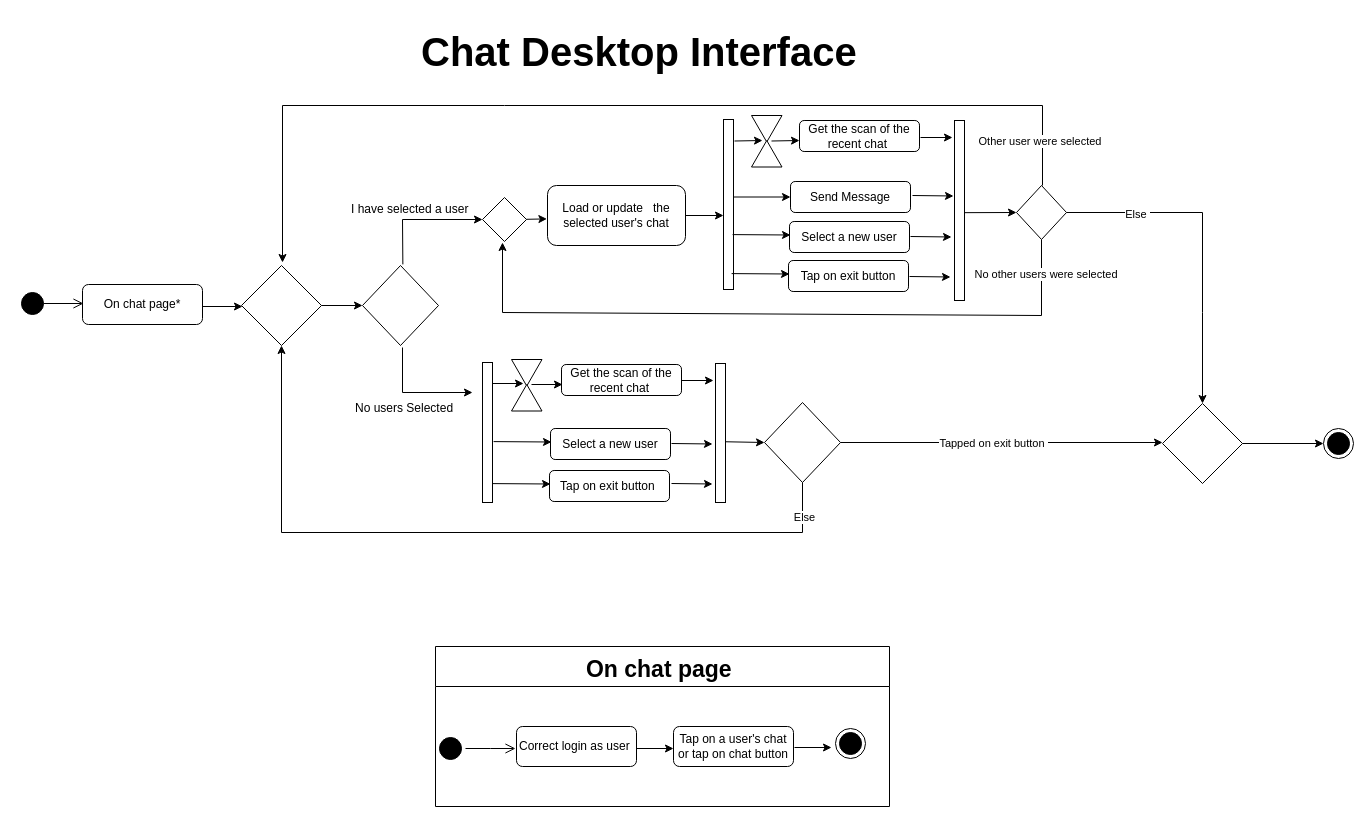
Above: Deliverables/Diagrams/ActivityDiagramFra.drawio in projectISPW/sonarCloudTest (draw.io), before the change. Source tidied: cells renumbered, new cells numbered last; positions are measured from the earlier drawing's top-left corner, leaving out a move shared by most shapes. Both pictures are drawn from the tidied source at 100%, with x=0, y=0 at pixel (17, 17).
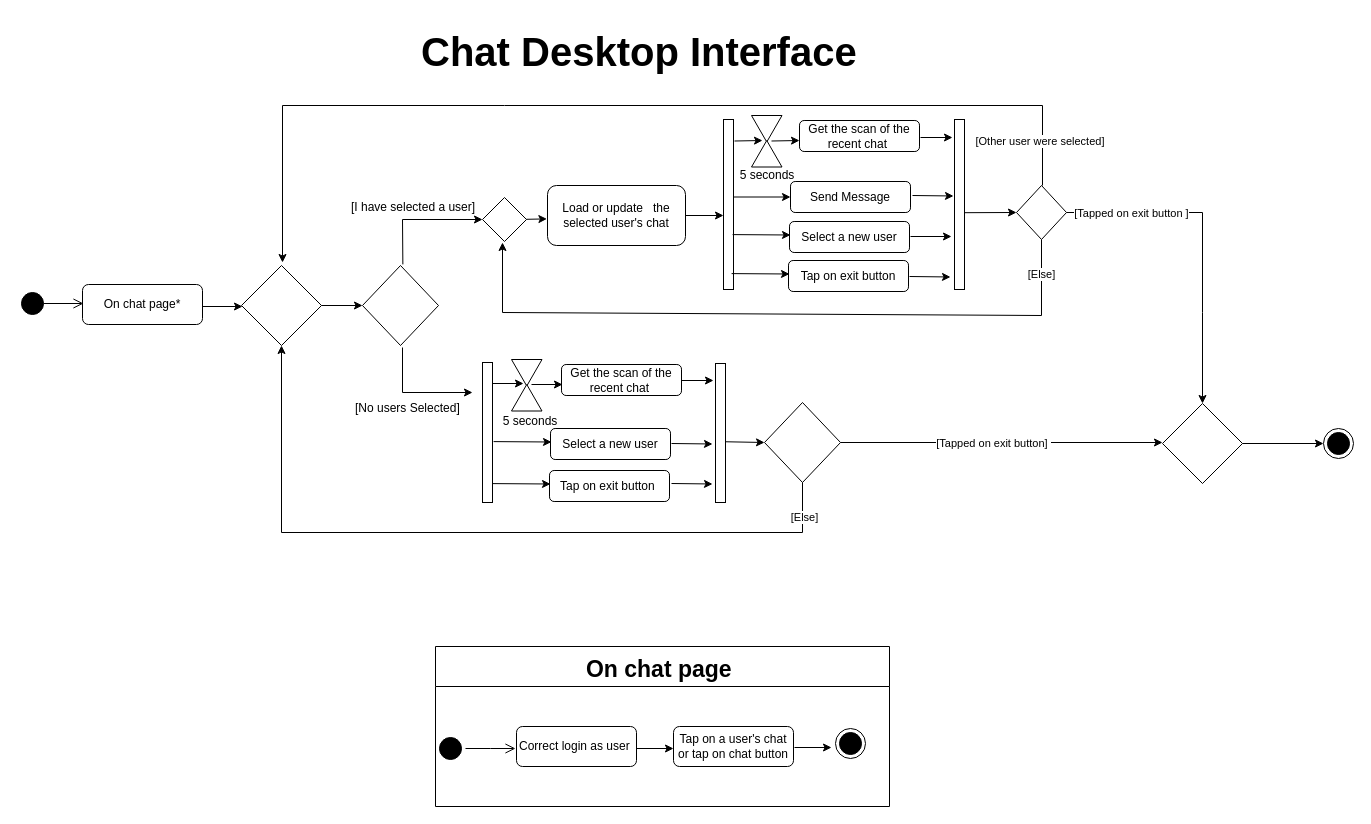
The same diagram, later.

Commit message (it also covers changes not shown here):
aggiornato activity diagram

The change refers to these unchanged cells:
```xml
<mxCell id="22" style="rhombus;whiteSpace=wrap;html=1;strokeColor=#000000;" parent="1" vertex="1">
  <mxGeometry x="999" y="168" width="50" height="54" as="geometry" />
</mxCell>
<mxCell id="23" style="endArrow=classic;html=1;rounded=0;strokeColor=#000000;entryX=0.5;entryY=0;entryDx=0;entryDy=0;" parent="1" edge="1" source="22" target="59">
  <mxGeometry relative="1" as="geometry">
    <Array as="points">
      <mxPoint x="1185" y="195" />
      <mxPoint x="1185" y="295" />
    </Array>
  </mxGeometry>
</mxCell>
<mxCell id="25" style="endArrow=classic;html=1;rounded=0;strokeColor=#000000;exitX=0.5;exitY=1;exitDx=0;exitDy=0;" parent="1" edge="1" source="22">
  <mxGeometry relative="1" as="geometry">
    <mxPoint x="485" y="225" as="targetPoint" />
    <Array as="points">
      <mxPoint x="1024" y="298" />
      <mxPoint x="485" y="295" />
    </Array>
  </mxGeometry>
</mxCell>
<mxCell id="27" style="endArrow=classic;html=1;rounded=0;strokeColor=#000000;endFill=1;" parent="1" edge="1">
  <mxGeometry relative="1" as="geometry">
    <mxPoint x="1025" y="168" as="sourcePoint" />
    <mxPoint x="265" y="245" as="targetPoint" />
    <Array as="points">
      <mxPoint x="1025" y="88" />
      <mxPoint x="487" y="88" />
      <mxPoint x="265" y="88" />
    </Array>
  </mxGeometry>
</mxCell>
<mxCell id="52" style="endArrow=classic;html=1;rounded=0;fontSize=18;strokeColor=#000000;entryX=0.5;entryY=1;entryDx=0;entryDy=0;" parent="1" edge="1" target="5">
  <mxGeometry relative="1" as="geometry">
    <mxPoint x="785" y="485" as="sourcePoint" />
    <Array as="points">
      <mxPoint x="785" y="465" />
      <mxPoint x="785" y="515" />
      <mxPoint x="264" y="515" />
    </Array>
  </mxGeometry>
</mxCell>
<mxCell id="57" style="endArrow=classic;html=1;rounded=0;strokeColor=#000000;" parent="1" edge="1">
  <mxGeometry relative="1" as="geometry">
    <mxPoint x="823" y="425" as="sourcePoint" />
    <mxPoint x="1145" y="425" as="targetPoint" />
    <Array as="points">
      <mxPoint x="959" y="425" />
      <mxPoint x="985" y="425" />
    </Array>
  </mxGeometry>
</mxCell>
```

Diff of the diagram source:
```diff
@@
-    <mxCell id="10" value="I have selected a user " style="text;strokeColor=none;fillColor=none;align=left;verticalAlign=middle;spacingLeft=4;spacingRight=4;overflow=hidden;" parent="1" vertex="1">
-      <mxGeometry x="328" y="176" width="136" height="30" as="geometry" />
+    <mxCell id="10" value="[I have selected a user] " style="text;strokeColor=none;fillColor=none;align=left;verticalAlign=middle;spacingLeft=4;spacingRight=4;overflow=hidden;" parent="1" vertex="1">
+      <mxGeometry x="328" y="174" width="136" height="30" as="geometry" />
     </mxCell>
@@
-    <mxCell id="16" style="html=1;points=[];perimeter=orthogonalPerimeter;strokeColor=#000000;" parent="1" vertex="1">
-      <mxGeometry x="937" y="103" width="10" height="180" as="geometry" />
-    </mxCell>
@@
-    <mxCell id="24" value="Else&amp;nbsp;" style="edgeLabel;html=1;align=center;verticalAlign=middle;" parent="23" vertex="1">
-      <mxGeometry x="-0.19" y="1" relative="1" as="geometry">
-        <mxPoint x="-62" y="2" as="offset" />
-      </mxGeometry>
-    </mxCell>
@@
-    <mxCell id="26" value="No other users were selected&amp;nbsp;" style="edgeLabel;html=1;align=center;verticalAlign=middle;" parent="25" vertex="1">
+    <mxCell id="26" value="[Else]" style="edgeLabel;html=1;align=center;verticalAlign=middle;" parent="25" vertex="1">
       <mxGeometry x="-0.14" y="-1" relative="1" as="geometry">
-        <mxPoint x="224" y="-39" as="offset" />
+        <mxPoint x="218" y="-39" as="offset" />
       </mxGeometry>
     </mxCell>
@@
-    <mxCell id="28" value="Other user were selected&amp;nbsp;" style="edgeLabel;html=1;align=center;verticalAlign=middle;" parent="27" vertex="1">
+    <mxCell id="28" value="[Other user were selected]&amp;nbsp;" style="edgeLabel;html=1;align=center;verticalAlign=middle;" parent="27" vertex="1">
       <mxGeometry x="-0.91" y="2" relative="1" as="geometry" />
     </mxCell>
@@
-    <mxCell id="34" style="endArrow=classic;html=1;rounded=0;strokeColor=#000000;entryX=0;entryY=0.5;entryDx=0;entryDy=0;" parent="1" edge="1">
+    <mxCell id="34" style="endArrow=classic;html=1;rounded=0;strokeColor=#000000;" parent="1" edge="1">
       <mxGeometry relative="1" as="geometry">
         <mxPoint x="893" y="219" as="sourcePoint" />
-        <mxPoint x="934" y="219.5" as="targetPoint" />
+        <mxPoint x="934" y="219" as="targetPoint" />
       </mxGeometry>
     </mxCell>
@@
-    <mxCell id="39" value="No users Selected " style="text;strokeColor=none;fillColor=none;align=left;verticalAlign=middle;spacingLeft=4;spacingRight=4;overflow=hidden;" parent="1" vertex="1">
+    <mxCell id="39" value="[No users Selected] " style="text;strokeColor=none;fillColor=none;align=left;verticalAlign=middle;spacingLeft=4;spacingRight=4;overflow=hidden;" parent="1" vertex="1">
       <mxGeometry x="332" y="375" width="136" height="30" as="geometry" />
     </mxCell>
@@
-    <mxCell id="54" value="Else" style="edgeLabel;html=1;align=center;verticalAlign=middle;fontSize=11;" parent="52" vertex="1">
+    <mxCell id="54" value="[Else]" style="edgeLabel;html=1;align=center;verticalAlign=middle;fontSize=11;" parent="52" vertex="1">
       <mxGeometry x="-0.86" y="1" relative="1" as="geometry" />
     </mxCell>
@@
-    <mxCell id="58" value="Tapped on exit button&amp;nbsp;" style="edgeLabel;html=1;align=center;verticalAlign=middle;" parent="57" vertex="1">
+    <mxCell id="58" value="[Tapped on exit button]&amp;nbsp;" style="edgeLabel;html=1;align=center;verticalAlign=middle;" parent="57" vertex="1">
       <mxGeometry x="-0.19" y="1" relative="1" as="geometry">
         <mxPoint x="22" y="1" as="offset" />
       </mxGeometry>
     </mxCell>
@@
-    <mxCell id="63" style="endArrow=classic;html=1;rounded=0;fontSize=40;strokeColor=#000000;entryX=0;entryY=0.5;entryDx=0;entryDy=0;exitX=0.989;exitY=0.512;exitDx=0;exitDy=0;exitPerimeter=0;" parent="1" edge="1" source="16" target="22">
-      <mxGeometry relative="1" as="geometry" />
+    <mxCell id="63" style="endArrow=classic;html=1;rounded=0;fontSize=40;strokeColor=#000000;entryX=0;entryY=0.5;entryDx=0;entryDy=0;exitX=0.989;exitY=0.512;exitDx=0;exitDy=0;exitPerimeter=0;" parent="1" edge="1" target="22">
+      <mxGeometry relative="1" as="geometry">
+        <mxPoint x="946.9" y="195.2" as="sourcePoint" />
+      </mxGeometry>
     </mxCell>
@@
+    <mxCell id="75" value="5 seconds" style="text;html=1;strokeColor=none;fillColor=none;align=center;verticalAlign=middle;whiteSpace=wrap;rounded=0;" parent="1" vertex="1">
+      <mxGeometry x="720" y="143" width="60" height="30" as="geometry" />
+    </mxCell>
+    <mxCell id="76" value="5 seconds" style="text;html=1;strokeColor=none;fillColor=none;align=center;verticalAlign=middle;whiteSpace=wrap;rounded=0;" parent="1" vertex="1">
+      <mxGeometry x="483" y="389" width="60" height="30" as="geometry" />
+    </mxCell>
+    <mxCell id="77" value="[Tapped on exit button ]" style="edgeLabel;html=1;align=center;verticalAlign=middle;" parent="1" vertex="1">
+      <mxGeometry x="1113" y="195" as="geometry" />
+    </mxCell>
+    <mxCell id="78" style="html=1;perimeter=orthogonalPerimeter;strokeColor=#000000;" parent="1" vertex="1">
+      <mxGeometry x="937" y="102" width="10" height="170" as="geometry" />
+    </mxCell>
```
